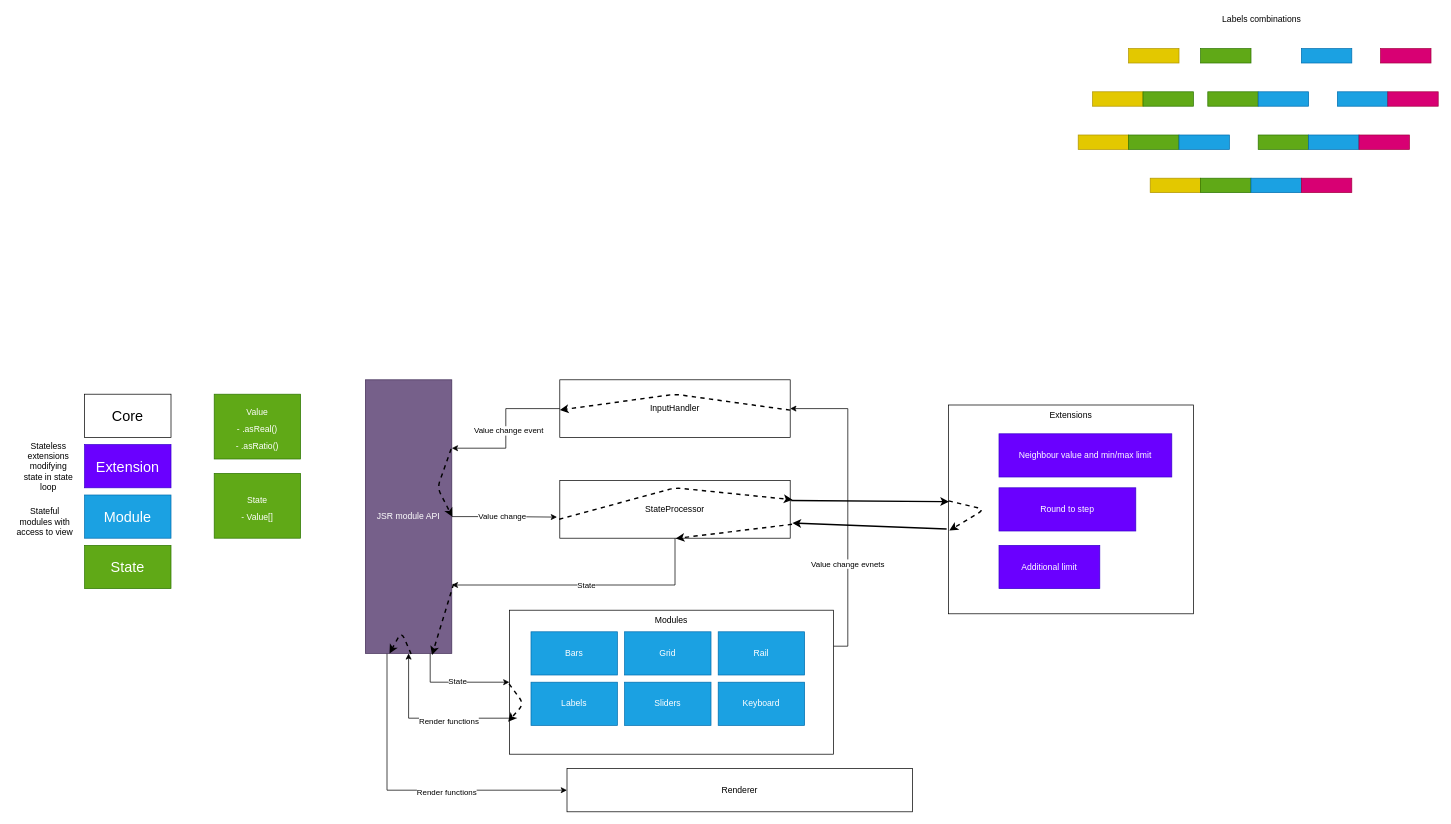
Before: architecture.drawio in soanvig/mm-jsr, a draw.io diagram. Source tidied: cells renumbered, new cells numbered last; positions are measured from the earlier drawing's top-left corner, leaving out a move shared by most shapes. Both pictures are drawn from the tidied source at 72%, with x=0, y=0 at pixel (12, 12).
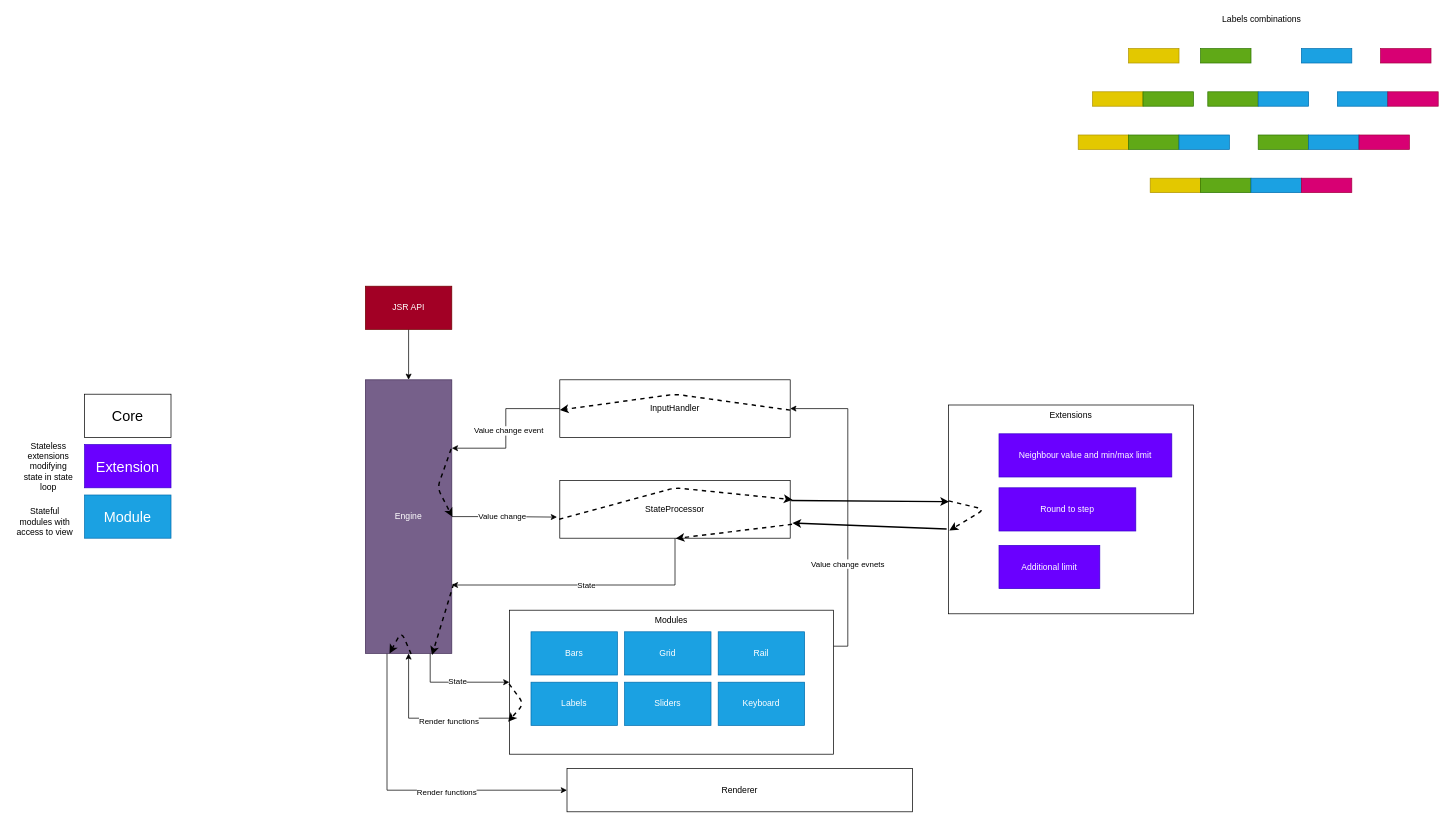
After the change.

Change to the diagram source:
```diff
@@
-    <mxCell id="12" value="State" style="rounded=0;whiteSpace=wrap;html=1;fontSize=20;fillColor=#60a917;strokeColor=#2D7600;fontColor=#ffffff;" parent="1" vertex="1">
-      <mxGeometry x="100" y="740" width="120" height="60" as="geometry" />
-    </mxCell>
@@
-    <mxCell id="37" value="&lt;font style=&quot;font-size: 12px&quot;&gt;Value&lt;br&gt;- .asReal()&lt;br&gt;- .asRatio()&lt;br&gt;&lt;/font&gt;" style="rounded=0;whiteSpace=wrap;html=1;fontSize=20;fillColor=#60a917;strokeColor=#2D7600;fontColor=#ffffff;" parent="1" vertex="1">
-      <mxGeometry x="280" y="530" width="120" height="90" as="geometry" />
-    </mxCell>
@@
-    <mxCell id="48" value="JSR module API" style="rounded=0;whiteSpace=wrap;html=1;fillColor=#76608a;strokeColor=#432D57;fontColor=#ffffff;" parent="1" vertex="1">
+    <mxCell id="48" value="Engine" style="rounded=0;whiteSpace=wrap;html=1;fillColor=#76608a;strokeColor=#432D57;fontColor=#ffffff;" parent="1" vertex="1">
       <mxGeometry x="490" y="510" width="120" height="380" as="geometry" />
     </mxCell>
@@
-    <mxCell id="68" value="&lt;font style=&quot;font-size: 12px&quot;&gt;State&lt;br&gt;- Value[]&lt;br&gt;&lt;/font&gt;" style="rounded=0;whiteSpace=wrap;html=1;fontSize=20;fillColor=#60a917;strokeColor=#2D7600;fontColor=#ffffff;" parent="1" vertex="1">
-      <mxGeometry x="280" y="640" width="120" height="90" as="geometry" />
-    </mxCell>
+    <mxCell id="69" style="edgeStyle=orthogonalEdgeStyle;rounded=0;jettySize=auto;html=1;" parent="1" edge="1" source="70" target="48">
+      <mxGeometry relative="1" as="geometry" />
+    </mxCell>
+    <mxCell id="70" value="JSR API" style="rounded=0;whiteSpace=wrap;html=1;fillColor=#a20025;strokeColor=#6F0000;fontColor=#ffffff;" parent="1" vertex="1">
+      <mxGeometry x="490" y="380" width="120" height="60" as="geometry" />
+    </mxCell>
```
